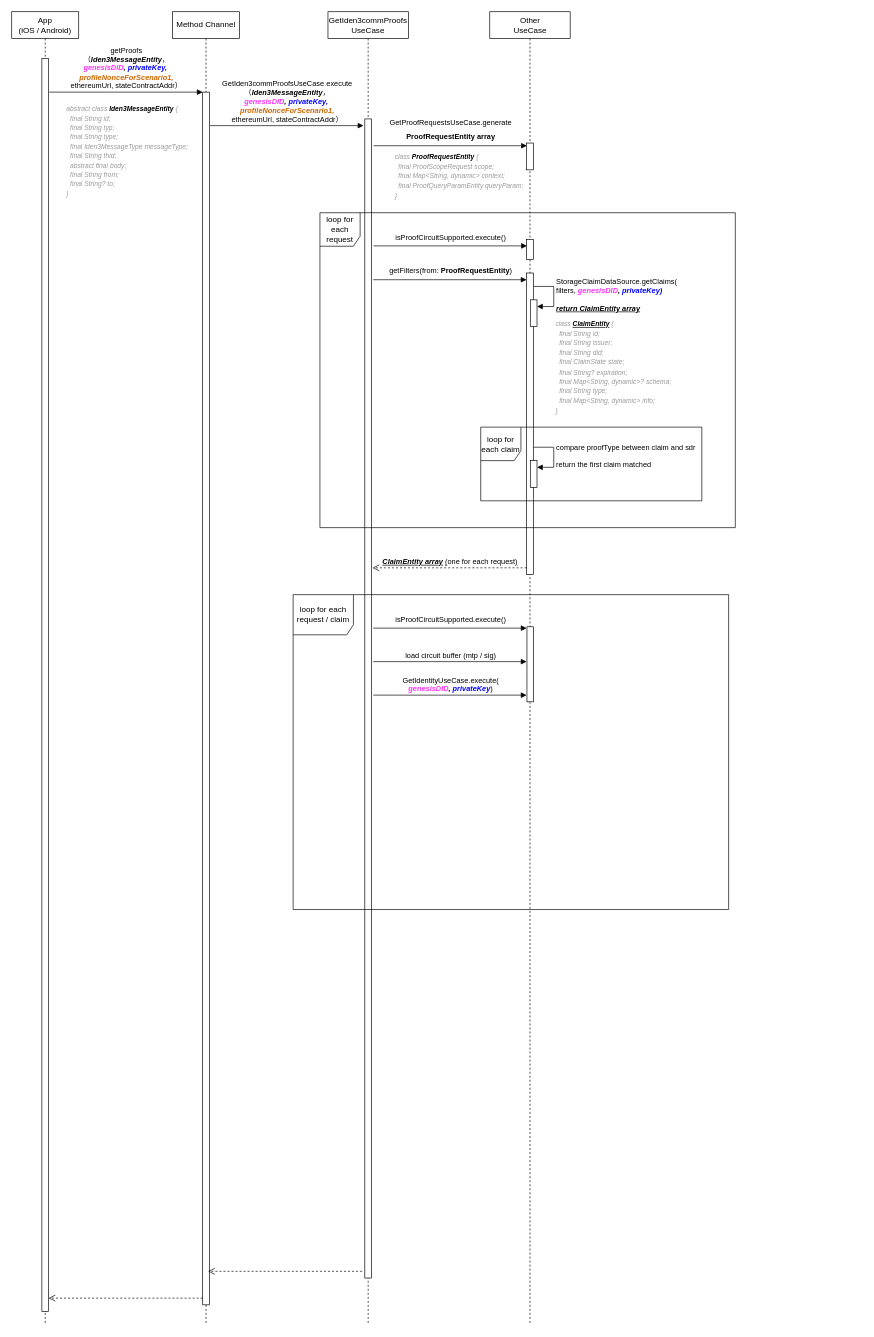
The draw.io diagram draw.io/did/polygonid-getproofs.drawio in yushihang/yushihang.github.io, before the edit. Source tidied: cells renumbered, new cells numbered last; positions are measured from the earlier drawing's top-left corner, leaving out a move shared by most shapes. Both pictures are drawn from the tidied source at 67%, with x=0, y=0 at pixel (11, 11).
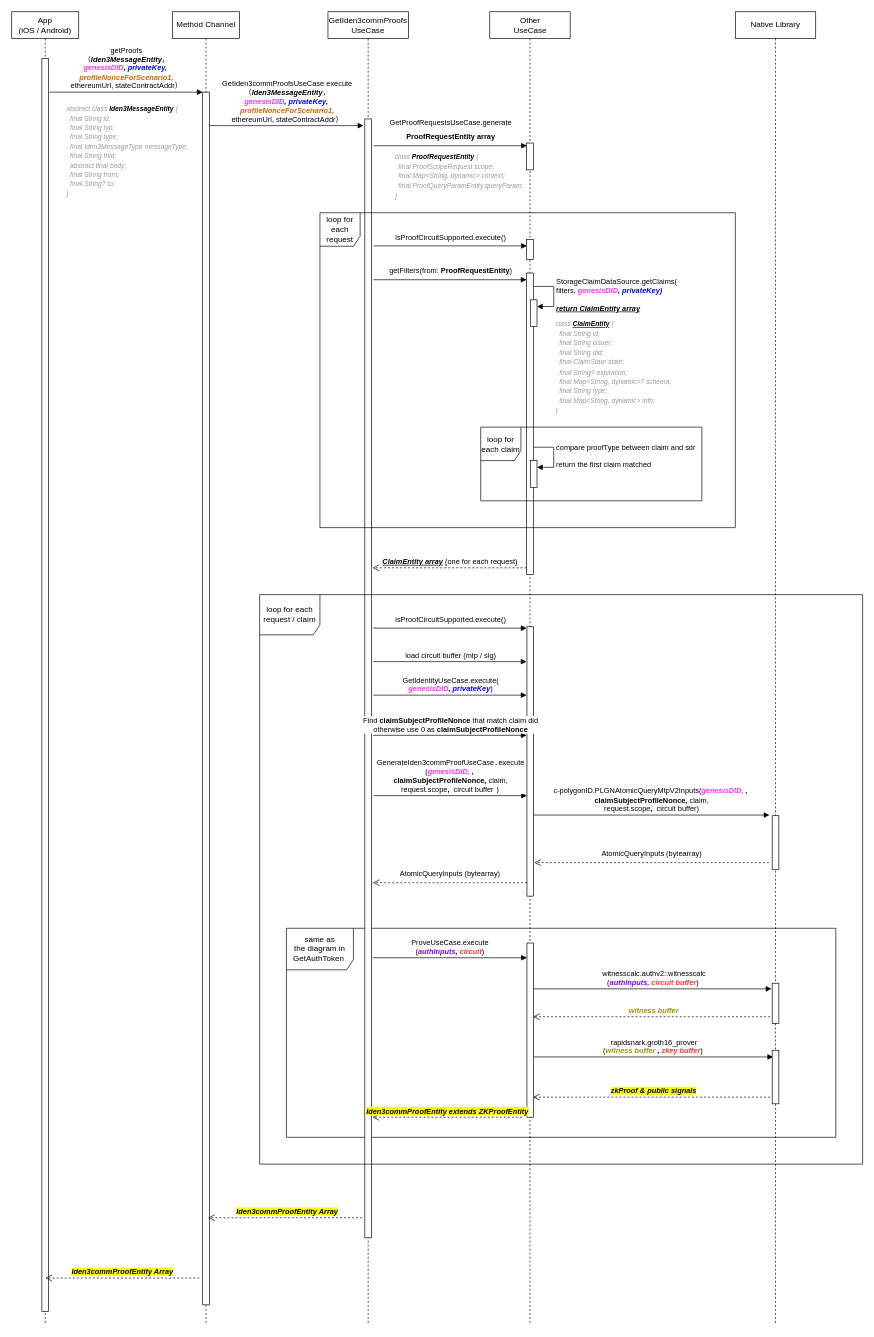
The same page after the edit.

The change refers to these unchanged cells:
```xml
<mxCell id="6" value="GetIden3commProofs&lt;br&gt;UseCase" style="shape=umlLifeline;perimeter=lifelinePerimeter;whiteSpace=wrap;html=1;newEdgeStyle={&quot;curved&quot;:0,&quot;rounded&quot;:0};" parent="1" vertex="1">
  <mxGeometry x="472" width="120" height="1960" as="geometry" />
</mxCell>
<mxCell id="12" value="Other&lt;br&gt;UseCase" style="shape=umlLifeline;perimeter=lifelinePerimeter;whiteSpace=wrap;html=1;newEdgeStyle={&quot;curved&quot;:0,&quot;rounded&quot;:0};" parent="1" vertex="1">
  <mxGeometry x="713.5" width="120" height="1960" as="geometry" />
</mxCell>
```

Diff of the diagram source:
```diff
@@
+    <mxCell id="34" value="&lt;span style=&quot;border-color: var(--border-color); text-align: left;&quot;&gt;&lt;span style=&quot;border-color: var(--border-color); background-color: rgb(255, 255, 0);&quot;&gt;&lt;font style=&quot;border-color: var(--border-color);&quot;&gt;&lt;b&gt;&lt;i&gt;zkProof &amp;amp; public signals&lt;/i&gt;&lt;/b&gt;&lt;/font&gt;&lt;/span&gt;&lt;/span&gt;" style="html=1;verticalAlign=bottom;endArrow=open;dashed=1;endSize=8;curved=0;rounded=0;" parent="1" edge="1">
+      <mxGeometry relative="1" as="geometry">
+        <mxPoint x="1138" y="1620" as="sourcePoint" />
+        <mxPoint x="778" y="1620" as="targetPoint" />
+      </mxGeometry>
+    </mxCell>
+    <mxCell id="35" value="&lt;div style=&quot;line-height: 120%;&quot;&gt;&lt;div style=&quot;line-height: 120%;&quot;&gt;&amp;nbsp;rapidsnark.groth16_prover&lt;/div&gt;&lt;div style=&quot;line-height: 120%;&quot;&gt;(&lt;b style=&quot;border-color: var(--border-color); text-align: left;&quot;&gt;&lt;i style=&quot;border-color: var(--border-color);&quot;&gt;&lt;font color=&quot;#ff3333&quot; style=&quot;border-color: var(--border-color);&quot;&gt;&lt;b style=&quot;color: rgb(0, 0, 0); text-align: center; border-color: var(--border-color);&quot;&gt;&lt;i style=&quot;border-color: var(--border-color);&quot;&gt;&lt;font style=&quot;border-color: var(--border-color);&quot; color=&quot;#7f00ff&quot;&gt;&lt;i style=&quot;border-color: var(--border-color); color: rgb(0, 0, 0); font-weight: 400; text-align: left;&quot;&gt;&lt;b style=&quot;border-color: var(--border-color);&quot;&gt;&lt;font color=&quot;#999900&quot; style=&quot;border-color: var(--border-color);&quot;&gt;witness buffer&lt;/font&gt;&lt;/b&gt;&lt;/i&gt;&lt;/font&gt;&lt;/i&gt;&lt;/b&gt;&amp;nbsp;&lt;/font&gt;&lt;font style=&quot;border-color: var(--border-color);&quot;&gt;, &lt;/font&gt;&lt;font color=&quot;#ff3333&quot; style=&quot;border-color: var(--border-color);&quot;&gt;zkey buffer&lt;/font&gt;&lt;/i&gt;&lt;/b&gt;)&lt;/div&gt;&lt;/div&gt;" style="html=1;verticalAlign=bottom;endArrow=block;curved=0;rounded=0;sourcePerimeterSpacing=0;" parent="1" edge="1">
+      <mxGeometry relative="1" as="geometry">
+        <mxPoint x="775.5" y="1560" as="sourcePoint" />
+        <mxPoint x="1136.5" y="1560" as="targetPoint" />
+      </mxGeometry>
+    </mxCell>
+    <mxCell id="36" value="&lt;i style=&quot;border-color: var(--border-color); text-align: left;&quot;&gt;&lt;b style=&quot;border-color: var(--border-color);&quot;&gt;&lt;font style=&quot;border-color: var(--border-color);&quot; color=&quot;#999900&quot;&gt;witness buffer&lt;/font&gt;&lt;/b&gt;&lt;/i&gt;" style="html=1;verticalAlign=bottom;endArrow=open;dashed=1;endSize=8;curved=0;rounded=0;" parent="1" edge="1">
+      <mxGeometry relative="1" as="geometry">
+        <mxPoint x="1138" y="1500" as="sourcePoint" />
+        <mxPoint x="778" y="1500" as="targetPoint" />
+      </mxGeometry>
+    </mxCell>
+    <mxCell id="37" value="same as&lt;br&gt;the diagram in GetAuthToken&amp;nbsp;&lt;br&gt;" style="shape=umlFrame;whiteSpace=wrap;html=1;width=100;height=62;" parent="1" vertex="1">
+      <mxGeometry x="410" y="1368" width="820" height="312" as="geometry" />
+    </mxCell>
@@
     <mxCell id="7" style="html=1;perimeter=orthogonalPerimeter;targetShapes=umlLifeline;newEdgeStyle={&quot;curved&quot;:0,&quot;rounded&quot;:0};" parent="6" vertex="1">
-      <mxGeometry x="55" y="160" width="10" height="1730" as="geometry" />
+      <mxGeometry x="55" y="160" width="10" height="1670" as="geometry" />
     </mxCell>
@@
+    <mxCell id="38" style="html=1;points=[[0,0,0,0,5],[0,1,0,0,-5],[1,0,0,0,5],[1,1,0,0,-5]];perimeter=orthogonalPerimeter;outlineConnect=0;targetShapes=umlLifeline;portConstraint=eastwest;newEdgeStyle={&quot;curved&quot;:0,&quot;rounded&quot;:0};" parent="12" vertex="1">
+      <mxGeometry x="55.5" y="1390" width="10" height="260" as="geometry" />
+    </mxCell>
@@
     <mxCell id="16" value="&lt;div style=&quot;line-height: 21px;&quot;&gt;&lt;br&gt;&lt;/div&gt;" style="html=1;verticalAlign=bottom;endArrow=open;dashed=1;endSize=8;curved=0;rounded=0;" parent="1" edge="1">
       <mxGeometry relative="1" as="geometry">
-        <mxPoint x="523" y="1880" as="sourcePoint" />
-        <mxPoint x="293" y="1880" as="targetPoint" />
+        <mxPoint x="523" y="1800" as="sourcePoint" />
+        <mxPoint x="293" y="1800" as="targetPoint" />
       </mxGeometry>
     </mxCell>
+    <mxCell id="39" value="&lt;b style=&quot;border-color: var(--border-color); text-align: left;&quot;&gt;&lt;i style=&quot;border-color: var(--border-color); background-color: rgb(255, 255, 0);&quot;&gt;Iden3commProofEntity Array&lt;/i&gt;&lt;/b&gt;" style="edgeLabel;html=1;align=center;verticalAlign=middle;" parent="16" vertex="1">
+      <mxGeometry x="-0.1" y="-3" relative="1" as="geometry">
+        <mxPoint x="-9" y="-7" as="offset" />
+      </mxGeometry>
+    </mxCell>
     <mxCell id="17" value="&lt;div style=&quot;line-height: 21px;&quot;&gt;&lt;br&gt;&lt;/div&gt;" style="html=1;verticalAlign=bottom;endArrow=open;dashed=1;endSize=8;curved=0;rounded=0;" parent="1" edge="1">
       <mxGeometry relative="1" as="geometry">
-        <mxPoint x="285" y="1920" as="sourcePoint" />
-        <mxPoint x="55" y="1920" as="targetPoint" />
+        <mxPoint x="280" y="1890" as="sourcePoint" />
+        <mxPoint x="50" y="1890" as="targetPoint" />
       </mxGeometry>
     </mxCell>
+    <mxCell id="40" value="&lt;b style=&quot;border-color: var(--border-color); text-align: left;&quot;&gt;&lt;i style=&quot;border-color: var(--border-color); background-color: rgb(255, 255, 0);&quot;&gt;Iden3commProofEntity Array&lt;/i&gt;&lt;/b&gt;" style="edgeLabel;html=1;align=center;verticalAlign=middle;" parent="17" vertex="1">
+      <mxGeometry x="0.1" y="-1" relative="1" as="geometry">
+        <mxPoint x="11" y="-9" as="offset" />
+      </mxGeometry>
+    </mxCell>
@@
     <mxCell id="29" value="loop for each request / claim" style="shape=umlFrame;whiteSpace=wrap;html=1;width=90;height=60;" parent="1" vertex="1">
-      <mxGeometry x="420" y="870" width="650" height="470" as="geometry" />
+      <mxGeometry x="370" y="870" width="900" height="850" as="geometry" />
     </mxCell>
@@
     <mxCell id="31" value="&lt;br&gt;&lt;br&gt;&lt;br&gt;" style="html=1;perimeter=orthogonalPerimeter;targetShapes=umlLifeline;newEdgeStyle={&quot;curved&quot;:0,&quot;rounded&quot;:0};" parent="1" vertex="1">
-      <mxGeometry x="769" y="918" width="10" height="112" as="geometry" />
+      <mxGeometry x="769" y="918" width="10" height="402" as="geometry" />
     </mxCell>
@@
+    <mxCell id="41" value="Find&amp;nbsp;&lt;b&gt;claimSubjectProfileNonce&lt;/b&gt;&amp;nbsp;that match claim did&lt;br&gt;otherwise use 0 as&amp;nbsp;&lt;b&gt;claimSubjectProfileNonce&lt;/b&gt;" style="html=1;verticalAlign=bottom;endArrow=block;curved=0;rounded=0;sourcePerimeterSpacing=0;entryX=0;entryY=0;entryDx=0;entryDy=5;entryPerimeter=0;" parent="1" edge="1">
+      <mxGeometry relative="1" as="geometry">
+        <mxPoint x="539.5" y="1080" as="sourcePoint" />
+        <mxPoint x="768.5" y="1080" as="targetPoint" />
+      </mxGeometry>
+    </mxCell>
+    <mxCell id="42" value="&lt;font style=&quot;font-size: 11px;&quot;&gt;&lt;span style=&quot;background-color: rgb(255, 255, 255);&quot;&gt;GenerateIden3commProofUseCase&lt;/span&gt;&lt;span style=&quot;background-color: rgb(255, 255, 255); font-family: &amp;quot;JetBrains Mono&amp;quot;, Menlo, Monaco, &amp;quot;Courier New&amp;quot;, monospace;&quot;&gt;.&lt;/span&gt;&lt;span style=&quot;background-color: rgb(255, 255, 255);&quot;&gt;execute&lt;/span&gt;&lt;br&gt;&lt;span style=&quot;background-color: rgb(255, 255, 255);&quot;&gt;(&lt;/span&gt;&lt;b style=&quot;background-color: rgb(255, 255, 255); border-color: var(--border-color);&quot;&gt;&lt;i style=&quot;border-color: var(--border-color);&quot;&gt;&lt;font style=&quot;border-color: var(--border-color);&quot; color=&quot;#ff33ff&quot;&gt;genesisDID,&amp;nbsp;&lt;/font&gt;&lt;/i&gt;&lt;/b&gt;&lt;b style=&quot;background-color: rgb(255, 255, 255); border-color: var(--border-color);&quot;&gt;&lt;i style=&quot;border-color: var(--border-color);&quot;&gt;&lt;i style=&quot;border-color: var(--border-color);&quot;&gt;&lt;font style=&quot;border-color: var(--border-color);&quot; color=&quot;#0000ff&quot;&gt;,&amp;nbsp;&lt;br&gt;&lt;/font&gt;&lt;/i&gt;&lt;/i&gt;&lt;/b&gt;&lt;b style=&quot;background-color: rgb(255, 255, 255);&quot;&gt;claimSubjectProfileNonce,&amp;nbsp;&lt;/b&gt;&lt;span style=&quot;background-color: rgb(255, 255, 255);&quot;&gt;claim,&lt;/span&gt;&lt;br&gt;&lt;font face=&quot;Helvetica&quot;&gt;request.scope&lt;b&gt;,&amp;nbsp;&lt;/b&gt;&lt;/font&gt;&amp;nbsp;circuit buffer&amp;nbsp;&lt;span style=&quot;background-color: rgb(255, 255, 255); font-family: &amp;quot;JetBrains Mono&amp;quot;, Menlo, Monaco, &amp;quot;Courier New&amp;quot;, monospace;&quot;&gt;)&lt;br&gt;&lt;/span&gt;&lt;/font&gt;" style="html=1;verticalAlign=bottom;endArrow=block;curved=0;rounded=0;sourcePerimeterSpacing=0;entryX=0;entryY=0;entryDx=0;entryDy=5;entryPerimeter=0;" parent="1" edge="1">
+      <mxGeometry relative="1" as="geometry">
+        <mxPoint x="540" y="1170" as="sourcePoint" />
+        <mxPoint x="769" y="1170" as="targetPoint" />
+      </mxGeometry>
+    </mxCell>
+    <mxCell id="43" value="Native Library" style="shape=umlLifeline;perimeter=lifelinePerimeter;whiteSpace=wrap;html=1;newEdgeStyle={&quot;curved&quot;:0,&quot;rounded&quot;:0};" parent="1" vertex="1">
+      <mxGeometry x="1080" width="120" height="1960" as="geometry" />
+    </mxCell>
+    <mxCell id="44" style="html=1;perimeter=orthogonalPerimeter;targetShapes=umlLifeline;newEdgeStyle={&quot;curved&quot;:0,&quot;rounded&quot;:0};" parent="43" vertex="1">
+      <mxGeometry x="55" y="1200" width="10" height="80" as="geometry" />
+    </mxCell>
+    <mxCell id="45" style="html=1;perimeter=orthogonalPerimeter;targetShapes=umlLifeline;newEdgeStyle={&quot;curved&quot;:0,&quot;rounded&quot;:0};" parent="43" vertex="1">
+      <mxGeometry x="55" y="1450" width="10" height="60" as="geometry" />
+    </mxCell>
+    <mxCell id="46" style="html=1;perimeter=orthogonalPerimeter;targetShapes=umlLifeline;newEdgeStyle={&quot;curved&quot;:0,&quot;rounded&quot;:0};" parent="43" vertex="1">
+      <mxGeometry x="55" y="1550" width="10" height="80" as="geometry" />
+    </mxCell>
+    <mxCell id="47" value="&lt;font face=&quot;Helvetica&quot;&gt;&lt;font style=&quot;font-size: 11px;&quot;&gt;c-polygonID.&lt;/font&gt;&lt;font style=&quot;font-size: 11px;&quot;&gt;PLGNAtomicQueryMtpV2Inputs(&lt;/font&gt;&lt;/font&gt;&lt;b style=&quot;border-color: var(--border-color);&quot;&gt;&lt;i style=&quot;border-color: var(--border-color);&quot;&gt;&lt;font style=&quot;border-color: var(--border-color);&quot; color=&quot;#ff33ff&quot;&gt;genesisDID,&amp;nbsp;&lt;/font&gt;&lt;/i&gt;&lt;/b&gt;&lt;b style=&quot;border-color: var(--border-color);&quot;&gt;&lt;i style=&quot;border-color: var(--border-color);&quot;&gt;&lt;i style=&quot;border-color: var(--border-color);&quot;&gt;&lt;font style=&quot;border-color: var(--border-color);&quot; color=&quot;#0000ff&quot;&gt;,&amp;nbsp;&lt;br style=&quot;border-color: var(--border-color);&quot;&gt;&lt;/font&gt;&lt;/i&gt;&lt;/i&gt;&lt;/b&gt;&lt;b style=&quot;border-color: var(--border-color);&quot;&gt;claimSubjectProfileNonce,&amp;nbsp;&lt;/b&gt;&lt;span style=&quot;border-color: var(--border-color);&quot;&gt;claim,&lt;/span&gt;&lt;br style=&quot;border-color: var(--border-color);&quot;&gt;&lt;font style=&quot;border-color: var(--border-color);&quot; face=&quot;Helvetica&quot;&gt;request.scope&lt;b style=&quot;border-color: var(--border-color);&quot;&gt;,&amp;nbsp;&lt;/b&gt;&lt;/font&gt;&amp;nbsp;circuit buffer&lt;span style=&quot;background-color: rgb(255, 255, 255);&quot;&gt;&lt;font face=&quot;Helvetica&quot;&gt;&lt;font style=&quot;font-size: 11px;&quot;&gt;)&lt;/font&gt;&lt;/font&gt;&lt;/span&gt;" style="html=1;verticalAlign=bottom;endArrow=block;curved=0;rounded=0;sourcePerimeterSpacing=0;" parent="1" edge="1">
+      <mxGeometry relative="1" as="geometry">
+        <mxPoint x="778.5" y="1199" as="sourcePoint" />
+        <mxPoint x="1131" y="1199" as="targetPoint" />
+      </mxGeometry>
+    </mxCell>
+    <mxCell id="48" value="&lt;div style=&quot;line-height: 21px;&quot;&gt;&lt;span style=&quot;background-color: rgb(255, 255, 255);&quot;&gt;&lt;font face=&quot;Helvetica&quot; style=&quot;font-size: 11px;&quot;&gt;AtomicQueryInputs (bytearray)&lt;/font&gt;&lt;/span&gt;&lt;/div&gt;" style="html=1;verticalAlign=bottom;endArrow=open;dashed=1;endSize=8;curved=0;rounded=0;" parent="1" edge="1">
+      <mxGeometry relative="1" as="geometry">
+        <mxPoint x="1130" y="1270" as="sourcePoint" />
+        <mxPoint x="780" y="1270" as="targetPoint" />
+      </mxGeometry>
+    </mxCell>
+    <mxCell id="49" value="&lt;div style=&quot;line-height: 21px;&quot;&gt;&lt;span style=&quot;background-color: rgb(255, 255, 255);&quot;&gt;&lt;font face=&quot;Helvetica&quot; style=&quot;font-size: 11px;&quot;&gt;AtomicQueryInputs (bytearray)&lt;/font&gt;&lt;/span&gt;&lt;/div&gt;" style="html=1;verticalAlign=bottom;endArrow=open;dashed=1;endSize=8;curved=0;rounded=0;" parent="1" edge="1">
+      <mxGeometry relative="1" as="geometry">
+        <mxPoint x="769" y="1300" as="sourcePoint" />
+        <mxPoint x="539" y="1300" as="targetPoint" />
+      </mxGeometry>
+    </mxCell>
+    <mxCell id="50" value="&lt;div style=&quot;line-height: 120%;&quot;&gt;&lt;div style=&quot;line-height: 120%;&quot;&gt;&lt;font style=&quot;background-color: rgb(255, 255, 255);&quot; face=&quot;Helvetica&quot;&gt;ProveUseCase.execute&lt;/font&gt;&lt;/div&gt;&lt;div style=&quot;line-height: 120%;&quot;&gt;&lt;font style=&quot;background-color: rgb(255, 255, 255);&quot; face=&quot;Helvetica&quot;&gt;(&lt;/font&gt;&lt;b style=&quot;border-color: var(--border-color);&quot;&gt;&lt;i style=&quot;border-color: var(--border-color);&quot;&gt;&lt;font style=&quot;border-color: var(--border-color);&quot; color=&quot;#7f00ff&quot;&gt;authInputs&lt;/font&gt;&lt;/i&gt;&lt;/b&gt;&lt;font style=&quot;background-color: rgb(255, 255, 255);&quot; face=&quot;Helvetica&quot;&gt;&lt;b&gt;&lt;i&gt;,&amp;nbsp;&lt;/i&gt;&lt;/b&gt;&lt;/font&gt;&lt;b style=&quot;border-color: var(--border-color); text-align: left;&quot;&gt;&lt;i style=&quot;border-color: var(--border-color);&quot;&gt;&lt;font style=&quot;border-color: var(--border-color);&quot; color=&quot;#ff3333&quot;&gt;circuit&lt;/font&gt;&lt;/i&gt;&lt;/b&gt;&lt;font face=&quot;Helvetica&quot;&gt;)&lt;/font&gt;&lt;/div&gt;&lt;/div&gt;" style="html=1;verticalAlign=bottom;endArrow=block;curved=0;rounded=0;sourcePerimeterSpacing=0;" parent="1" edge="1" target="38">
+      <mxGeometry relative="1" as="geometry">
+        <mxPoint x="538.5" y="1412" as="sourcePoint" />
+      </mxGeometry>
+    </mxCell>
+    <mxCell id="51" value="&lt;div style=&quot;line-height: 120%;&quot;&gt;&lt;div style=&quot;line-height: 120%;&quot;&gt;&amp;nbsp;witnesscalc.authv2::witnesscalc&lt;/div&gt;&lt;div style=&quot;line-height: 120%;&quot;&gt;(&lt;b style=&quot;border-color: var(--border-color); text-align: left;&quot;&gt;&lt;i style=&quot;border-color: var(--border-color);&quot;&gt;&lt;font style=&quot;border-color: var(--border-color);&quot; color=&quot;#ff3333&quot;&gt;&lt;b style=&quot;color: rgb(0, 0, 0); text-align: center; border-color: var(--border-color);&quot;&gt;&lt;i style=&quot;border-color: var(--border-color);&quot;&gt;&lt;font style=&quot;border-color: var(--border-color);&quot; color=&quot;#7f00ff&quot;&gt;authInputs,&amp;nbsp;&lt;/font&gt;&lt;/i&gt;&lt;/b&gt;circuit buffer&lt;/font&gt;&lt;/i&gt;&lt;/b&gt;)&lt;/div&gt;&lt;/div&gt;" style="html=1;verticalAlign=bottom;endArrow=block;curved=0;rounded=0;sourcePerimeterSpacing=0;" parent="1" edge="1">
+      <mxGeometry relative="1" as="geometry">
+        <mxPoint x="778.5" y="1458.4" as="sourcePoint" />
+        <mxPoint x="1134" y="1458.4" as="targetPoint" />
+      </mxGeometry>
+    </mxCell>
+    <mxCell id="52" value="&lt;div style=&quot;text-align: left;&quot;&gt;&lt;b style=&quot;font-size: 10px;&quot;&gt;&lt;i style=&quot;font-size: 11px;&quot;&gt;&lt;font style=&quot;font-size: 11px; background-color: rgb(255, 255, 0);&quot; face=&quot;Helvetica&quot;&gt;Iden3commProofEntity&amp;nbsp;extends&lt;span style=&quot;text-align: center;&quot;&gt; &lt;/span&gt;&lt;span style=&quot;text-align: center;&quot;&gt;ZKProofEntity&lt;/span&gt;&lt;/font&gt;&lt;/i&gt;&lt;/b&gt;&lt;/div&gt;" style="html=1;verticalAlign=bottom;endArrow=open;dashed=1;endSize=8;curved=0;rounded=0;" parent="1" edge="1">
+      <mxGeometry relative="1" as="geometry">
+        <mxPoint x="761.5" y="1650" as="sourcePoint" />
+        <mxPoint x="538.5" y="1650" as="targetPoint" />
+      </mxGeometry>
+    </mxCell>
```
